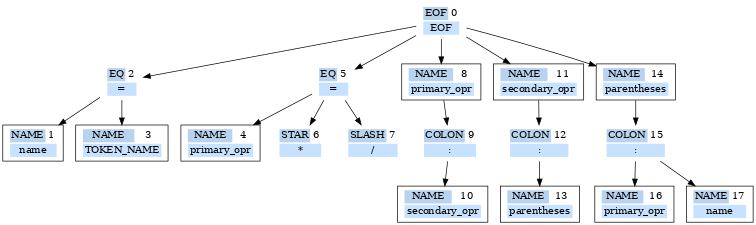
This is graph.png from 1mchlkrpch/Rebecca, a Graphviz export, as it was before one commit. Its source is kept beside it as graph.dot.
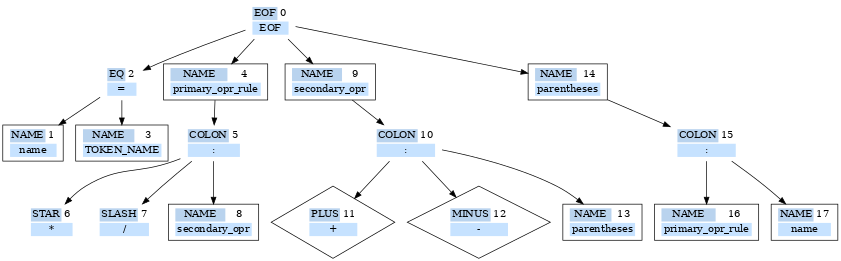
Later version of the same file.

The edit, as a diff of the source:
```diff
@@ -28,17 +28,17 @@
 		</table>
 	>]
 
-	n5 [shape=none label=<
+	n4 [shape=rectangle label=<
 		<table border="0">
-			<tr><td colspan="1" bgcolor="slategray2">EQ</td><td>5</td></tr>
-			<tr><td colspan="2" bgcolor="slategray1">=</td></tr>
+			<tr><td colspan="1" bgcolor="slategray2">NAME</td><td>4</td></tr>
+			<tr><td colspan="2" bgcolor="slategray1">primary_opr_rule</td></tr>
 		</table>
 	>]
 
-	n4 [shape=rectangle label=<
+	n5 [shape=none label=<
 		<table border="0">
-			<tr><td colspan="1" bgcolor="slategray2">NAME</td><td>4</td></tr>
-			<tr><td colspan="2" bgcolor="slategray1">primary_opr</td></tr>
+			<tr><td colspan="1" bgcolor="slategray2">COLON</td><td>5</td></tr>
+			<tr><td colspan="2" bgcolor="slategray1">:</td></tr>
 		</table>
 	>]
 
@@ -59,35 +59,35 @@
 	n8 [shape=rectangle label=<
 		<table border="0">
 			<tr><td colspan="1" bgcolor="slategray2">NAME</td><td>8</td></tr>
-			<tr><td colspan="2" bgcolor="slategray1">primary_opr</td></tr>
+			<tr><td colspan="2" bgcolor="slategray1">secondary_opr</td></tr>
 		</table>
 	>]
 
-	n9 [shape=none label=<
+	n9 [shape=rectangle label=<
 		<table border="0">
-			<tr><td colspan="1" bgcolor="slategray2">COLON</td><td>9</td></tr>
+			<tr><td colspan="1" bgcolor="slategray2">NAME</td><td>9</td></tr>
+			<tr><td colspan="2" bgcolor="slategray1">secondary_opr</td></tr>
+		</table>
+	>]
+
+	n10 [shape=none label=<
+		<table border="0">
+			<tr><td colspan="1" bgcolor="slategray2">COLON</td><td>10</td></tr>
 			<tr><td colspan="2" bgcolor="slategray1">:</td></tr>
 		</table>
 	>]
 
-	n10 [shape=rectangle label=<
+	n11 [shape=diamond label=<
 		<table border="0">
-			<tr><td colspan="1" bgcolor="slategray2">NAME</td><td>10</td></tr>
-			<tr><td colspan="2" bgcolor="slategray1">secondary_opr</td></tr>
+			<tr><td colspan="1" bgcolor="slategray2">PLUS</td><td>11</td></tr>
+			<tr><td colspan="2" bgcolor="slategray1">+</td></tr>
 		</table>
 	>]
 
-	n11 [shape=rectangle label=<
+	n12 [shape=diamond label=<
 		<table border="0">
-			<tr><td colspan="1" bgcolor="slategray2">NAME</td><td>11</td></tr>
-			<tr><td colspan="2" bgcolor="slategray1">secondary_opr</td></tr>
-		</table>
-	>]
-
-	n12 [shape=none label=<
-		<table border="0">
-			<tr><td colspan="1" bgcolor="slategray2">COLON</td><td>12</td></tr>
-			<tr><td colspan="2" bgcolor="slategray1">:</td></tr>
+			<tr><td colspan="1" bgcolor="slategray2">MINUS</td><td>12</td></tr>
+			<tr><td colspan="2" bgcolor="slategray1">-</td></tr>
 		</table>
 	>]
 
@@ -115,7 +115,7 @@
 	n16 [shape=rectangle label=<
 		<table border="0">
 			<tr><td colspan="1" bgcolor="slategray2">NAME</td><td>16</td></tr>
-			<tr><td colspan="2" bgcolor="slategray1">primary_opr</td></tr>
+			<tr><td colspan="2" bgcolor="slategray1">primary_opr_rule</td></tr>
 		</table>
 	>]
 
@@ -127,19 +127,19 @@
 	>]
 
 	n0 -> n2
-	n0 -> n5
-	n0 -> n8
-	n0 -> n11
+	n0 -> n4
+	n0 -> n9
 	n0 -> n14
 	n2 -> n1
 	n2 -> n3
-	n5 -> n4
+	n4 -> n5
 	n5 -> n6
 	n5 -> n7
-	n8 -> n9
+	n5 -> n8
 	n9 -> n10
-	n11 -> n12
-	n12 -> n13
+	n10 -> n11
+	n10 -> n12
+	n10 -> n13
 	n14 -> n15
 	n15 -> n16
 	n15 -> n17
```
